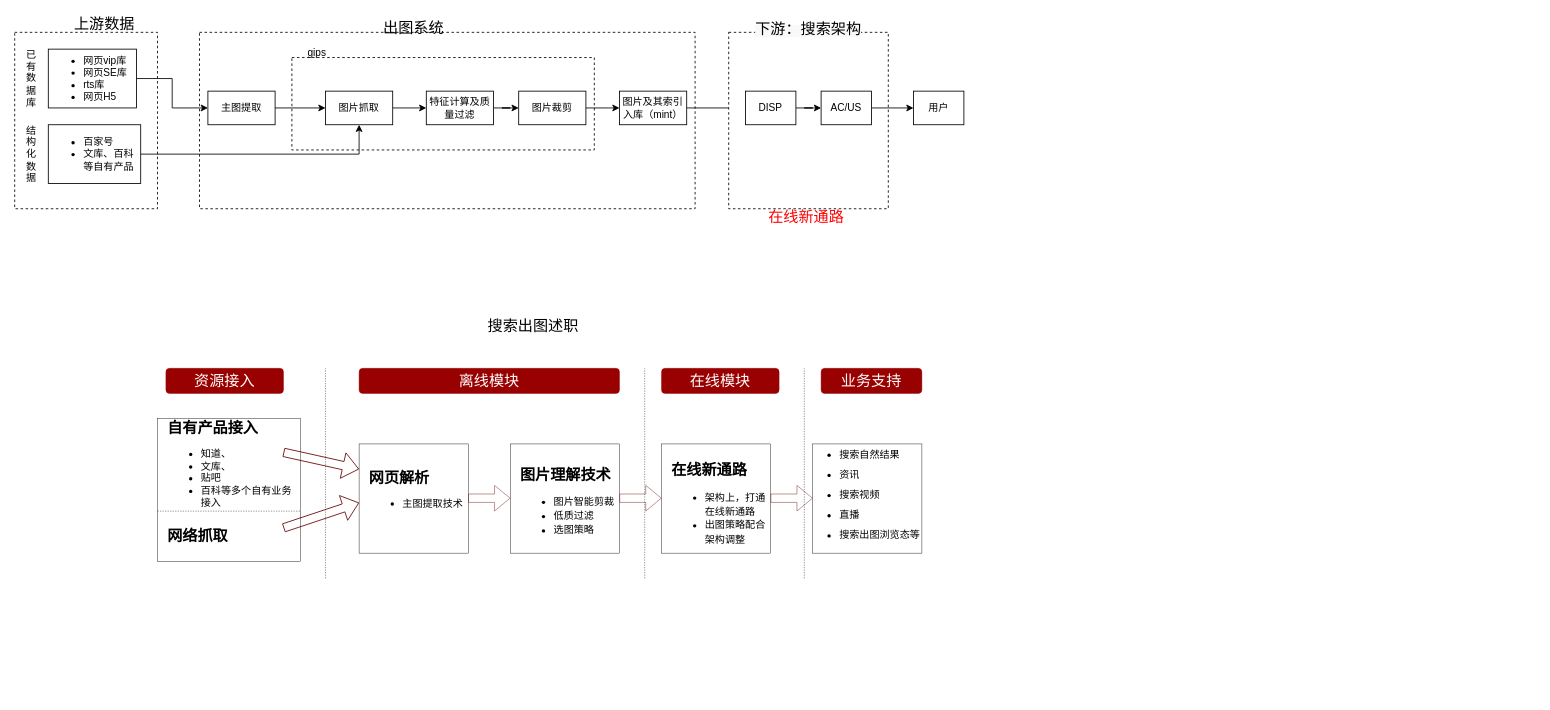
Above: 搜索出图.drawio in 2018liuyan/one (draw.io), before the change. Source tidied: cells renumbered, new cells numbered last; positions are measured from the earlier drawing's top-left corner, leaving out a move shared by most shapes. Both pictures are drawn from the tidied source at 84%, with x=0, y=0 at pixel (14, 15).
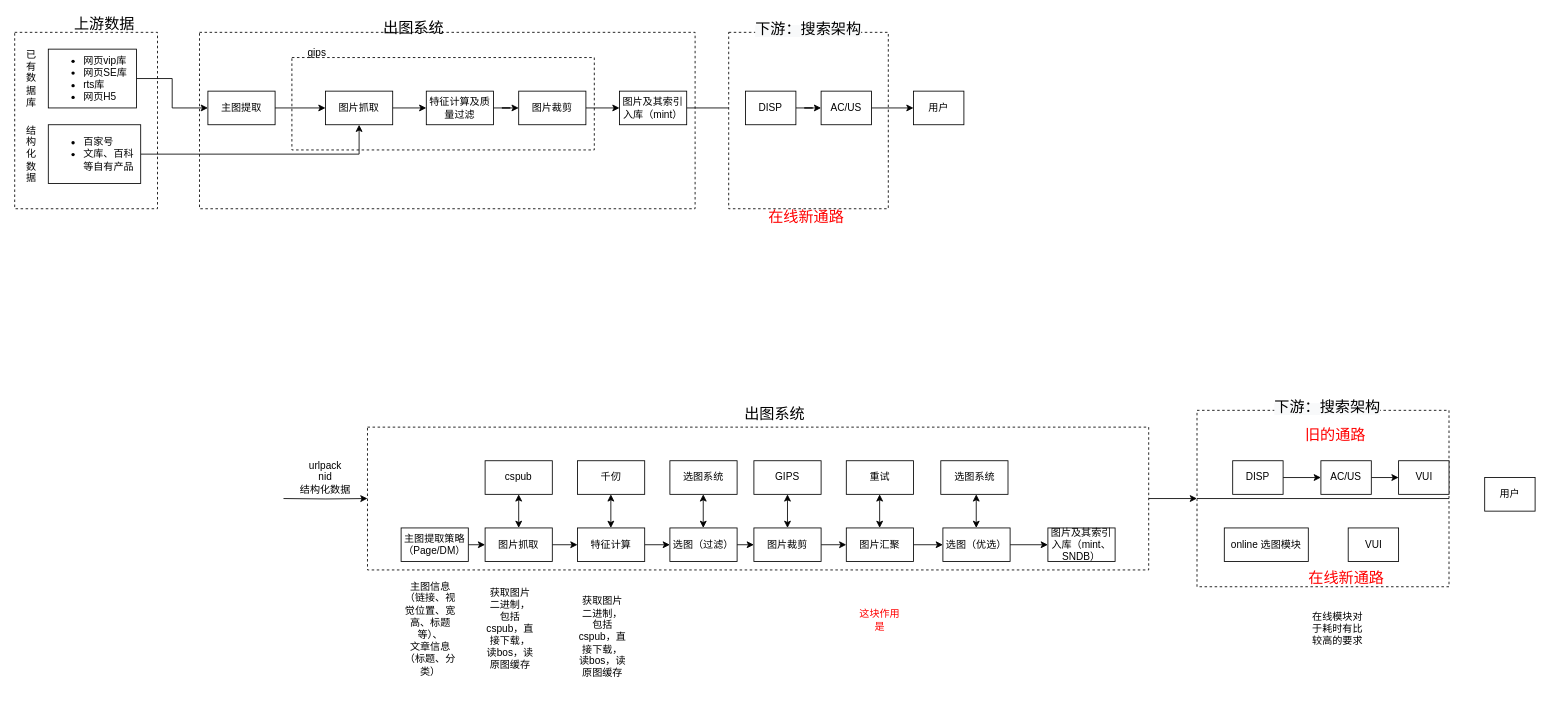
After the change.

What changed in the source:
```diff
@@
-    <mxCell id="2" style="whiteSpace=wrap;html=1;fontSize=18;strokeWidth=0.5;" parent="1" vertex="1">
-      <mxGeometry x="950" y="510" width="130" height="130" as="geometry" />
-    </mxCell>
-    <mxCell id="3" style="whiteSpace=wrap;html=1;fontSize=18;strokeWidth=0.5;" parent="1" vertex="1">
-      <mxGeometry x="590" y="510" width="130" height="130" as="geometry" />
-    </mxCell>
-    <mxCell id="4" style="whiteSpace=wrap;html=1;fontSize=18;strokeWidth=0.5;" parent="1" vertex="1">
-      <mxGeometry x="410" y="510" width="130" height="130" as="geometry" />
-    </mxCell>
-    <mxCell id="5" style="whiteSpace=wrap;html=1;fontSize=18;strokeWidth=0.5;" parent="1" vertex="1">
-      <mxGeometry x="170" y="480" width="170" height="170" as="geometry" />
-    </mxCell>
+    <mxCell id="57" style="rounded=0;whiteSpace=wrap;html=1;dashed=1;" parent="1" vertex="1">
+      <mxGeometry x="1407.5" y="470" width="300" height="210" as="geometry" />
+    </mxCell>
@@
-    <mxCell id="36" value="&lt;font style=&quot;font-size: 18px&quot;&gt;&lt;b&gt;网页解析&lt;/b&gt;&lt;/font&gt;&lt;br&gt;&lt;ul&gt;&lt;li&gt;主图提取技术&lt;/li&gt;&lt;/ul&gt;" style="text;html=1;strokeColor=none;fillColor=none;align=left;verticalAlign=middle;whiteSpace=wrap;rounded=0;" parent="1" vertex="1">
-      <mxGeometry x="420" y="520" width="160" height="100" as="geometry" />
-    </mxCell>
-    <mxCell id="37" value="&lt;span style=&quot;font-size: 18px&quot;&gt;&lt;b&gt;图片理解技术&lt;/b&gt;&lt;/span&gt;&lt;br&gt;&lt;ul style=&quot;line-height: 1.4&quot;&gt;&lt;li&gt;图片智能剪裁&lt;/li&gt;&lt;li&gt;低质过滤&lt;/li&gt;&lt;li&gt;选图策略&lt;/li&gt;&lt;/ul&gt;" style="text;html=1;strokeColor=none;fillColor=none;align=left;verticalAlign=middle;whiteSpace=wrap;rounded=0;" parent="1" vertex="1">
-      <mxGeometry x="600" y="540" width="190" height="90" as="geometry" />
-    </mxCell>
-    <mxCell id="38" value="&lt;span style=&quot;font-size: 18px&quot;&gt;&lt;b&gt;自有产品接入&lt;/b&gt;&lt;/span&gt;&lt;br&gt;&lt;ul&gt;&lt;li&gt;知道、&lt;/li&gt;&lt;li&gt;文库、&lt;/li&gt;&lt;li&gt;贴吧&lt;/li&gt;&lt;li&gt;百科等多个自有业务接入&lt;/li&gt;&lt;/ul&gt;" style="text;html=1;strokeColor=none;fillColor=none;align=left;verticalAlign=middle;whiteSpace=wrap;rounded=0;" parent="1" vertex="1">
-      <mxGeometry x="180" y="490" width="160" height="100" as="geometry" />
-    </mxCell>
-    <mxCell id="39" value="&lt;span style=&quot;font-size: 18px&quot;&gt;&lt;b&gt;网络抓取&lt;br&gt;&lt;/b&gt;&lt;/span&gt;" style="text;html=1;strokeColor=none;fillColor=none;align=left;verticalAlign=middle;whiteSpace=wrap;rounded=0;" parent="1" vertex="1">
-      <mxGeometry x="180" y="570" width="160" height="100" as="geometry" />
-    </mxCell>
-    <mxCell id="40" style="endArrow=none;html=1;rounded=0;fontSize=18;dashed=1;strokeWidth=0.5;" parent="1" edge="1">
-      <mxGeometry relative="1" as="geometry">
-        <mxPoint x="170" y="590" as="sourcePoint" />
-        <mxPoint x="340" y="590" as="targetPoint" />
-      </mxGeometry>
-    </mxCell>
-    <mxCell id="41" style="shape=flexArrow;endArrow=classic;html=1;rounded=0;fontSize=18;exitX=0.875;exitY=0.3;exitDx=0;exitDy=0;exitPerimeter=0;strokeColor=#660000;" parent="1" edge="1" source="38">
-      <mxGeometry relative="1" as="geometry">
-        <mxPoint x="410" y="540" as="targetPoint" />
-      </mxGeometry>
-    </mxCell>
-    <mxCell id="42" style="shape=flexArrow;endArrow=classic;html=1;rounded=0;fontSize=18;strokeColor=#660000;" parent="1" edge="1">
-      <mxGeometry relative="1" as="geometry">
-        <mxPoint x="320" y="610" as="sourcePoint" />
-        <mxPoint x="410" y="580" as="targetPoint" />
-      </mxGeometry>
-    </mxCell>
-    <mxCell id="43" style="shape=flexArrow;endArrow=classic;html=1;rounded=0;fontSize=18;strokeColor=#660000;strokeWidth=0.5;" parent="1" edge="1">
-      <mxGeometry relative="1" as="geometry">
-        <mxPoint x="540" y="574.6" as="sourcePoint" />
-        <mxPoint x="590" y="574.6" as="targetPoint" />
-      </mxGeometry>
-    </mxCell>
-    <mxCell id="44" style="whiteSpace=wrap;html=1;fontSize=18;strokeWidth=0.5;" parent="1" vertex="1">
-      <mxGeometry x="770" y="510" width="130" height="130" as="geometry" />
-    </mxCell>
-    <mxCell id="45" style="shape=flexArrow;endArrow=classic;html=1;rounded=0;fontSize=18;strokeColor=#660000;strokeWidth=0.5;" parent="1" edge="1">
-      <mxGeometry relative="1" as="geometry">
-        <mxPoint x="720" y="574.6" as="sourcePoint" />
-        <mxPoint x="770" y="574.6" as="targetPoint" />
-      </mxGeometry>
-    </mxCell>
-    <mxCell id="46" value="&lt;span style=&quot;font-size: 18px&quot;&gt;&lt;b&gt;在线新通路&lt;/b&gt;&lt;/span&gt;&lt;br&gt;&lt;ul style=&quot;line-height: 1.4&quot;&gt;&lt;li&gt;架构上，打通在线新通路&lt;/li&gt;&lt;li&gt;出图策略配合架构调整&lt;/li&gt;&lt;/ul&gt;" style="text;html=1;strokeColor=none;fillColor=none;align=left;verticalAlign=middle;whiteSpace=wrap;rounded=0;" parent="1" vertex="1">
-      <mxGeometry x="780" y="545" width="120" height="85" as="geometry" />
-    </mxCell>
-    <mxCell id="47" value="&lt;font color=&quot;#ffffff&quot;&gt;离线模块&lt;/font&gt;" style="rounded=1;whiteSpace=wrap;html=1;fontSize=18;strokeWidth=0.5;fillColor=#990000;strokeColor=#990000;" parent="1" vertex="1">
-      <mxGeometry x="410" y="420" width="310" height="30" as="geometry" />
-    </mxCell>
-    <mxCell id="48" value="&lt;font color=&quot;#ffffff&quot;&gt;在线模块&lt;/font&gt;" style="rounded=1;whiteSpace=wrap;html=1;fontSize=18;strokeWidth=0.5;fillColor=#990000;strokeColor=#990000;" parent="1" vertex="1">
-      <mxGeometry x="770" y="420" width="140" height="30" as="geometry" />
-    </mxCell>
-    <mxCell id="49" value="&lt;ul style=&quot;line-height: 2&quot;&gt;&lt;li&gt;搜索自然结果&lt;/li&gt;&lt;li&gt;资讯&lt;/li&gt;&lt;li&gt;搜索视频&lt;/li&gt;&lt;li&gt;直播&lt;/li&gt;&lt;li&gt;搜索出图浏览态等&lt;/li&gt;&lt;/ul&gt;" style="text;html=1;strokeColor=none;fillColor=none;align=left;verticalAlign=middle;whiteSpace=wrap;rounded=0;" parent="1" vertex="1">
-      <mxGeometry x="940" y="520" width="140" height="100" as="geometry" />
-    </mxCell>
-    <mxCell id="50" style="endArrow=none;dashed=1;html=1;rounded=0;fontSize=18;fontColor=#FFFFFF;strokeColor=#000000;strokeWidth=0.5;" parent="1" edge="1">
-      <mxGeometry relative="1" as="geometry">
-        <mxPoint x="370" y="670" as="sourcePoint" />
-        <mxPoint x="370" y="420" as="targetPoint" />
-      </mxGeometry>
-    </mxCell>
-    <mxCell id="51" style="endArrow=none;dashed=1;html=1;rounded=0;fontSize=18;fontColor=#FFFFFF;strokeColor=#000000;strokeWidth=0.5;" parent="1" edge="1">
-      <mxGeometry relative="1" as="geometry">
-        <mxPoint x="750" y="670" as="sourcePoint" />
-        <mxPoint x="750" y="420" as="targetPoint" />
-      </mxGeometry>
-    </mxCell>
-    <mxCell id="52" style="endArrow=none;dashed=1;html=1;rounded=0;fontSize=18;fontColor=#FFFFFF;strokeColor=#000000;strokeWidth=0.5;" parent="1" edge="1">
-      <mxGeometry relative="1" as="geometry">
-        <mxPoint x="940" y="670" as="sourcePoint" />
-        <mxPoint x="940" y="420" as="targetPoint" />
-      </mxGeometry>
-    </mxCell>
-    <mxCell id="53" value="&lt;span style=&quot;font-size: 18px&quot;&gt;搜索出图述职&lt;/span&gt;" style="text;html=1;strokeColor=none;fillColor=none;align=center;verticalAlign=middle;whiteSpace=wrap;rounded=0;dashed=1;" parent="1" vertex="1">
-      <mxGeometry x="555" y="360" width="125" height="20" as="geometry" />
-    </mxCell>
-    <mxCell id="54" style="shape=flexArrow;endArrow=classic;html=1;rounded=0;fontSize=18;strokeColor=#660000;strokeWidth=0.5;" parent="1" edge="1">
-      <mxGeometry relative="1" as="geometry">
-        <mxPoint x="900" y="574.6" as="sourcePoint" />
-        <mxPoint x="950" y="574.6" as="targetPoint" />
-      </mxGeometry>
-    </mxCell>
-    <mxCell id="55" value="&lt;font color=&quot;#ffffff&quot;&gt;资源接入&lt;/font&gt;" style="rounded=1;whiteSpace=wrap;html=1;fontSize=18;strokeWidth=0.5;fillColor=#990000;strokeColor=#990000;" parent="1" vertex="1">
-      <mxGeometry x="180" y="420" width="140" height="30" as="geometry" />
-    </mxCell>
-    <mxCell id="56" value="&lt;font color=&quot;#ffffff&quot;&gt;业务支持&lt;/font&gt;" style="rounded=1;whiteSpace=wrap;html=1;fontSize=18;strokeWidth=0.5;fillColor=#990000;strokeColor=#990000;" parent="1" vertex="1">
-      <mxGeometry x="960" y="420" width="120" height="30" as="geometry" />
-    </mxCell>
+    <mxCell id="58" style="edgeStyle=orthogonalEdgeStyle;rounded=0;jettySize=auto;html=1;entryX=0;entryY=0.5;entryDx=0;entryDy=0;" parent="1" edge="1" source="59" target="57">
+      <mxGeometry relative="1" as="geometry" />
+    </mxCell>
+    <mxCell id="59" style="rounded=0;whiteSpace=wrap;html=1;dashed=1;" parent="1" vertex="1">
+      <mxGeometry x="420" y="490" width="930" height="170" as="geometry" />
+    </mxCell>
+    <mxCell id="60" style="edgeStyle=orthogonalEdgeStyle;rounded=0;jettySize=auto;html=1;entryX=0;entryY=0.5;entryDx=0;entryDy=0;" parent="1" edge="1" target="59">
+      <mxGeometry relative="1" as="geometry">
+        <mxPoint x="320" y="575" as="sourcePoint" />
+      </mxGeometry>
+    </mxCell>
+    <mxCell id="61" style="edgeStyle=orthogonalEdgeStyle;rounded=0;jettySize=auto;html=1;exitX=1;exitY=0.5;exitDx=0;exitDy=0;entryX=0;entryY=0.5;entryDx=0;entryDy=0;" parent="1" edge="1" source="62" target="64">
+      <mxGeometry relative="1" as="geometry" />
+    </mxCell>
+    <mxCell id="62" value="主图提取策略（Page/DM）" style="rounded=0;whiteSpace=wrap;html=1;" parent="1" vertex="1">
+      <mxGeometry x="460" y="610" width="80" height="40" as="geometry" />
+    </mxCell>
+    <mxCell id="63" style="edgeStyle=orthogonalEdgeStyle;rounded=0;jettySize=auto;html=1;exitX=1;exitY=0.5;exitDx=0;exitDy=0;entryX=0;entryY=0.5;entryDx=0;entryDy=0;" parent="1" edge="1" source="64" target="66">
+      <mxGeometry relative="1" as="geometry" />
+    </mxCell>
+    <mxCell id="64" value="图片抓取" style="rounded=0;whiteSpace=wrap;html=1;" parent="1" vertex="1">
+      <mxGeometry x="560" y="610" width="80" height="40" as="geometry" />
+    </mxCell>
+    <mxCell id="65" style="edgeStyle=orthogonalEdgeStyle;rounded=0;jettySize=auto;html=1;exitX=1;exitY=0.5;exitDx=0;exitDy=0;entryX=0;entryY=0.5;entryDx=0;entryDy=0;" parent="1" edge="1" source="66" target="89">
+      <mxGeometry relative="1" as="geometry" />
+    </mxCell>
+    <mxCell id="66" value="特征计算" style="rounded=0;whiteSpace=wrap;html=1;" parent="1" vertex="1">
+      <mxGeometry x="670" y="610" width="80" height="40" as="geometry" />
+    </mxCell>
+    <mxCell id="67" style="edgeStyle=orthogonalEdgeStyle;rounded=0;jettySize=auto;html=1;exitX=1;exitY=0.5;exitDx=0;exitDy=0;entryX=0;entryY=0.5;entryDx=0;entryDy=0;" parent="1" edge="1" source="68" target="83">
+      <mxGeometry relative="1" as="geometry" />
+    </mxCell>
+    <mxCell id="68" value="图片裁剪" style="rounded=0;whiteSpace=wrap;html=1;" parent="1" vertex="1">
+      <mxGeometry x="880" y="610" width="80" height="40" as="geometry" />
+    </mxCell>
+    <mxCell id="69" value="图片及其索引入库（mint、SNDB）" style="rounded=0;whiteSpace=wrap;html=1;" parent="1" vertex="1">
+      <mxGeometry x="1230" y="610" width="80" height="40" as="geometry" />
+    </mxCell>
+    <mxCell id="70" value="&lt;font style=&quot;font-size: 18px&quot;&gt;出图系统&lt;/font&gt;" style="text;html=1;strokeColor=none;fillColor=none;align=center;verticalAlign=middle;whiteSpace=wrap;rounded=0;dashed=1;" parent="1" vertex="1">
+      <mxGeometry x="860" y="460" width="90" height="30" as="geometry" />
+    </mxCell>
+    <mxCell id="71" style="edgeStyle=orthogonalEdgeStyle;rounded=0;jettySize=auto;html=1;entryX=0;entryY=0.5;entryDx=0;entryDy=0;" parent="1" edge="1" source="72" target="74">
+      <mxGeometry relative="1" as="geometry" />
+    </mxCell>
+    <mxCell id="72" value="DISP" style="rounded=0;whiteSpace=wrap;html=1;" parent="1" vertex="1">
+      <mxGeometry x="1450" y="530" width="60" height="40" as="geometry" />
+    </mxCell>
+    <mxCell id="73" style="edgeStyle=orthogonalEdgeStyle;rounded=0;jettySize=auto;html=1;exitX=1;exitY=0.5;exitDx=0;exitDy=0;entryX=0;entryY=0.5;entryDx=0;entryDy=0;fontColor=#FF0000;" parent="1" edge="1" source="74" target="104">
+      <mxGeometry relative="1" as="geometry" />
+    </mxCell>
+    <mxCell id="74" value="AC/US" style="rounded=0;whiteSpace=wrap;html=1;" parent="1" vertex="1">
+      <mxGeometry x="1555" y="530" width="60" height="40" as="geometry" />
+    </mxCell>
+    <mxCell id="75" value="&lt;span style=&quot;color: rgb(0 , 0 , 0) ; font-family: &amp;#34;helvetica&amp;#34; ; font-style: normal ; font-weight: 400 ; letter-spacing: normal ; text-align: center ; text-indent: 0px ; text-transform: none ; word-spacing: 0px ; background-color: rgb(248 , 249 , 250) ; display: inline ; float: none&quot;&gt;&lt;font style=&quot;font-size: 18px&quot;&gt;下游：搜索架构&lt;/font&gt;&lt;/span&gt;" style="text;whiteSpace=wrap;html=1;" parent="1" vertex="1">
+      <mxGeometry x="1497.5" y="450" width="150" height="20" as="geometry" />
+    </mxCell>
+    <mxCell id="76" value="用户" style="rounded=0;whiteSpace=wrap;html=1;" parent="1" vertex="1">
+      <mxGeometry x="1750" y="550" width="60" height="40" as="geometry" />
+    </mxCell>
+    <mxCell id="77" value="&lt;font color=&quot;#ff0000&quot;&gt;&lt;span style=&quot;font-size: 18px&quot;&gt;在线新通路&lt;/span&gt;&lt;/font&gt;" style="text;html=1;strokeColor=none;fillColor=none;align=center;verticalAlign=middle;whiteSpace=wrap;rounded=0;dashed=1;" parent="1" vertex="1">
+      <mxGeometry x="1522.5" y="660" width="125" height="20" as="geometry" />
+    </mxCell>
+    <mxCell id="78" style="endArrow=none;html=1;rounded=0;entryX=1;entryY=0.5;entryDx=0;entryDy=0;exitX=0;exitY=0.5;exitDx=0;exitDy=0;" parent="1" edge="1" source="57" target="57">
+      <mxGeometry relative="1" as="geometry" />
+    </mxCell>
+    <mxCell id="79" value="online 选图模块" style="rounded=0;whiteSpace=wrap;html=1;" parent="1" vertex="1">
+      <mxGeometry x="1440" y="610" width="100" height="40" as="geometry" />
+    </mxCell>
+    <mxCell id="80" value="&lt;font color=&quot;#ff0000&quot;&gt;&lt;span style=&quot;font-size: 18px&quot;&gt;旧的通路&lt;/span&gt;&lt;/font&gt;" style="text;html=1;strokeColor=none;fillColor=none;align=center;verticalAlign=middle;whiteSpace=wrap;rounded=0;dashed=1;" parent="1" vertex="1">
+      <mxGeometry x="1510" y="490" width="125" height="20" as="geometry" />
+    </mxCell>
+    <mxCell id="81" value="VUI" style="rounded=0;whiteSpace=wrap;html=1;" parent="1" vertex="1">
+      <mxGeometry x="1587.5" y="610" width="60" height="40" as="geometry" />
+    </mxCell>
+    <mxCell id="82" style="edgeStyle=orthogonalEdgeStyle;rounded=0;jettySize=auto;html=1;exitX=1;exitY=0.5;exitDx=0;exitDy=0;entryX=0;entryY=0.5;entryDx=0;entryDy=0;" parent="1" edge="1" source="83" target="85">
+      <mxGeometry relative="1" as="geometry" />
+    </mxCell>
+    <mxCell id="83" value="图片汇聚" style="rounded=0;whiteSpace=wrap;html=1;" parent="1" vertex="1">
+      <mxGeometry x="990" y="610" width="80" height="40" as="geometry" />
+    </mxCell>
+    <mxCell id="84" style="edgeStyle=orthogonalEdgeStyle;rounded=0;jettySize=auto;html=1;exitX=1;exitY=0.5;exitDx=0;exitDy=0;entryX=0;entryY=0.5;entryDx=0;entryDy=0;" parent="1" edge="1" source="85" target="69">
+      <mxGeometry relative="1" as="geometry" />
+    </mxCell>
+    <mxCell id="85" value="选图（优选）" style="rounded=0;whiteSpace=wrap;html=1;" parent="1" vertex="1">
+      <mxGeometry x="1105" y="610" width="80" height="40" as="geometry" />
+    </mxCell>
+    <mxCell id="86" value="cspub" style="rounded=0;whiteSpace=wrap;html=1;" parent="1" vertex="1">
+      <mxGeometry x="560" y="530" width="80" height="40" as="geometry" />
+    </mxCell>
+    <mxCell id="87" value="千仞" style="rounded=0;whiteSpace=wrap;html=1;" parent="1" vertex="1">
+      <mxGeometry x="670" y="530" width="80" height="40" as="geometry" />
+    </mxCell>
+    <mxCell id="88" style="edgeStyle=orthogonalEdgeStyle;rounded=0;jettySize=auto;html=1;exitX=1;exitY=0.5;exitDx=0;exitDy=0;entryX=0;entryY=0.5;entryDx=0;entryDy=0;" parent="1" edge="1" source="89" target="68">
+      <mxGeometry relative="1" as="geometry" />
+    </mxCell>
+    <mxCell id="89" value="选图（过滤）" style="rounded=0;whiteSpace=wrap;html=1;" parent="1" vertex="1">
+      <mxGeometry x="780" y="610" width="80" height="40" as="geometry" />
+    </mxCell>
+    <mxCell id="90" value="选图系统" style="rounded=0;whiteSpace=wrap;html=1;" parent="1" vertex="1">
+      <mxGeometry x="780" y="530" width="80" height="40" as="geometry" />
+    </mxCell>
+    <mxCell id="91" value="GIPS" style="rounded=0;whiteSpace=wrap;html=1;" parent="1" vertex="1">
+      <mxGeometry x="880" y="530" width="80" height="40" as="geometry" />
+    </mxCell>
+    <mxCell id="92" value="重试" style="rounded=0;whiteSpace=wrap;html=1;" parent="1" vertex="1">
+      <mxGeometry x="990" y="530" width="80" height="40" as="geometry" />
+    </mxCell>
+    <mxCell id="93" value="选图系统" style="rounded=0;whiteSpace=wrap;html=1;" parent="1" vertex="1">
+      <mxGeometry x="1102.5" y="530" width="80" height="40" as="geometry" />
+    </mxCell>
+    <mxCell id="94" value="主图信息&lt;br&gt;（链接、视觉位置、宽高、标题等）、&lt;br&gt;文章信息（标题、分类）" style="text;html=1;strokeColor=none;fillColor=none;align=center;verticalAlign=middle;whiteSpace=wrap;rounded=0;" parent="1" vertex="1">
+      <mxGeometry x="460" y="650" width="70" height="160" as="geometry" />
+    </mxCell>
+    <mxCell id="95" style="endArrow=classic;startArrow=classic;html=1;rounded=0;exitX=0.5;exitY=0;exitDx=0;exitDy=0;entryX=0.5;entryY=1;entryDx=0;entryDy=0;" parent="1" edge="1" source="64" target="86">
+      <mxGeometry relative="1" as="geometry" />
+    </mxCell>
+    <mxCell id="96" style="endArrow=classic;startArrow=classic;html=1;rounded=0;exitX=0.5;exitY=0;exitDx=0;exitDy=0;entryX=0.5;entryY=1;entryDx=0;entryDy=0;" parent="1" edge="1">
+      <mxGeometry relative="1" as="geometry">
+        <mxPoint x="709.7" y="610" as="sourcePoint" />
+        <mxPoint x="709.7" y="570" as="targetPoint" />
+      </mxGeometry>
+    </mxCell>
+    <mxCell id="97" style="endArrow=classic;startArrow=classic;html=1;rounded=0;exitX=0.5;exitY=0;exitDx=0;exitDy=0;entryX=0.5;entryY=1;entryDx=0;entryDy=0;" parent="1" edge="1">
+      <mxGeometry relative="1" as="geometry">
+        <mxPoint x="819.7" y="610" as="sourcePoint" />
+        <mxPoint x="819.7" y="570" as="targetPoint" />
+      </mxGeometry>
+    </mxCell>
+    <mxCell id="98" style="endArrow=classic;startArrow=classic;html=1;rounded=0;exitX=0.5;exitY=0;exitDx=0;exitDy=0;entryX=0.5;entryY=1;entryDx=0;entryDy=0;" parent="1" edge="1">
+      <mxGeometry relative="1" as="geometry">
+        <mxPoint x="920" y="610" as="sourcePoint" />
+        <mxPoint x="920" y="570" as="targetPoint" />
+      </mxGeometry>
+    </mxCell>
+    <mxCell id="99" style="endArrow=classic;startArrow=classic;html=1;rounded=0;exitX=0.5;exitY=0;exitDx=0;exitDy=0;entryX=0.5;entryY=1;entryDx=0;entryDy=0;" parent="1" edge="1">
+      <mxGeometry relative="1" as="geometry">
+        <mxPoint x="1029.7" y="610" as="sourcePoint" />
+        <mxPoint x="1029.7" y="570" as="targetPoint" />
+      </mxGeometry>
+    </mxCell>
+    <mxCell id="100" style="endArrow=classic;startArrow=classic;html=1;rounded=0;exitX=0.5;exitY=0;exitDx=0;exitDy=0;entryX=0.5;entryY=1;entryDx=0;entryDy=0;" parent="1" edge="1">
+      <mxGeometry relative="1" as="geometry">
+        <mxPoint x="1144.7" y="610" as="sourcePoint" />
+        <mxPoint x="1144.7" y="570" as="targetPoint" />
+      </mxGeometry>
+    </mxCell>
+    <mxCell id="101" value="获取图片二进制，包括cspub，直接下载，读bos，读原图缓存" style="text;html=1;strokeColor=none;fillColor=none;align=center;verticalAlign=middle;whiteSpace=wrap;rounded=0;" parent="1" vertex="1">
+      <mxGeometry x="560" y="680" width="60" height="100" as="geometry" />
+    </mxCell>
+    <mxCell id="102" value="获取图片二进制，包括cspub，直接下载，读bos，读原图缓存" style="text;html=1;strokeColor=none;fillColor=none;align=center;verticalAlign=middle;whiteSpace=wrap;rounded=0;" parent="1" vertex="1">
+      <mxGeometry x="670" y="690" width="60" height="100" as="geometry" />
+    </mxCell>
+    <mxCell id="103" value="&lt;font color=&quot;#ff0000&quot;&gt;这块作用是&lt;/font&gt;" style="text;html=1;strokeColor=none;fillColor=none;align=center;verticalAlign=middle;whiteSpace=wrap;rounded=0;" parent="1" vertex="1">
+      <mxGeometry x="1000" y="670" width="60" height="100" as="geometry" />
+    </mxCell>
+    <mxCell id="104" value="VUI" style="rounded=0;whiteSpace=wrap;html=1;" parent="1" vertex="1">
+      <mxGeometry x="1647.5" y="530" width="60" height="40" as="geometry" />
+    </mxCell>
+    <mxCell id="105" value="在线模块对于耗时有比较高的要求" style="text;html=1;strokeColor=none;fillColor=none;align=center;verticalAlign=middle;whiteSpace=wrap;rounded=0;" parent="1" vertex="1">
+      <mxGeometry x="1540" y="670" width="70" height="120" as="geometry" />
+    </mxCell>
+    <mxCell id="106" value="&lt;font color=&quot;#000000&quot;&gt;urlpack&lt;br&gt;nid&lt;br&gt;结构化数据&lt;br&gt;&lt;/font&gt;" style="text;html=1;strokeColor=none;fillColor=none;align=center;verticalAlign=middle;whiteSpace=wrap;rounded=0;fontColor=#FF0000;" parent="1" vertex="1">
+      <mxGeometry x="330" y="535" width="80" height="30" as="geometry" />
+    </mxCell>
```
